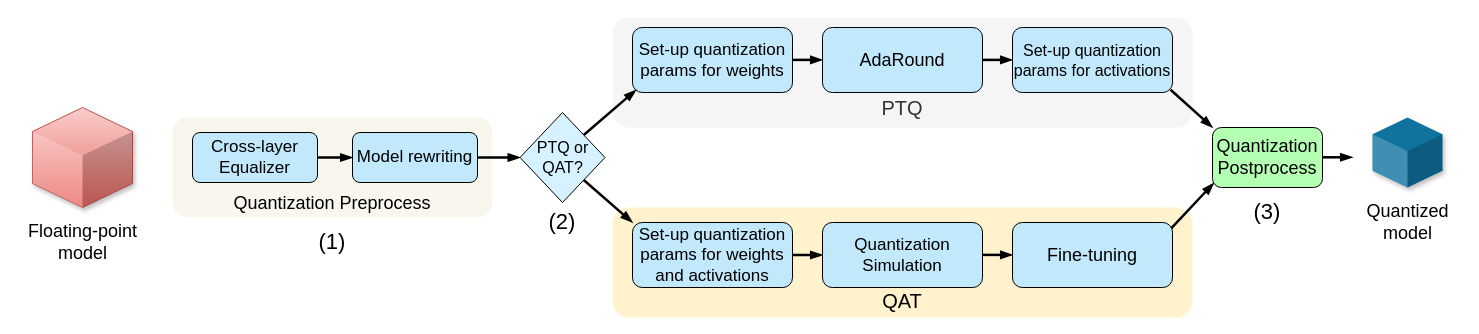
hoangtv2000/document-collection keeps this draw.io diagram as page "Page-1" (1 of 2) of Untitled Diagram.drawio. Above is the earlier version. Source tidied: cells renumbered, new cells numbered last; positions are measured from the earlier drawing's top-left corner, leaving out a move shared by most shapes. Both pictures are drawn from the tidied source at 100%, with x=0, y=0 at pixel (17, 17).
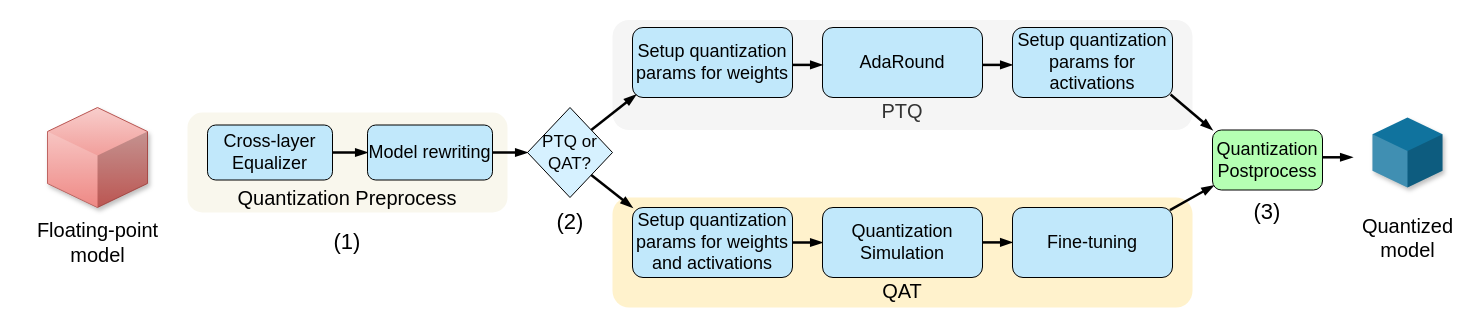
The same page after the edit.

Commit message:
Cập nhật Untitled Diagram.drawio

The edit, as a diff of the source:
```diff
@@
     <mxCell id="2" value="&lt;div&gt;&lt;br&gt;&lt;/div&gt;&lt;div&gt;&lt;br&gt;&lt;/div&gt;&lt;div&gt;&lt;br&gt;&lt;/div&gt;&lt;div&gt;&lt;br&gt;&lt;/div&gt;&lt;div&gt;&lt;br&gt;&lt;/div&gt;&lt;div&gt;&lt;font style=&quot;font-size: 20px;&quot;&gt;PTQ&lt;/font&gt;&lt;/div&gt;" style="rounded=1;whiteSpace=wrap;html=1;fillColor=#f5f5f5;strokeColor=none;fontColor=#333333;" parent="1" vertex="1">
-      <mxGeometry x="595" width="580" height="110" as="geometry" />
+      <mxGeometry x="595" y="2.5" width="580" height="110" as="geometry" />
     </mxCell>
-    <mxCell id="3" value="&lt;font style=&quot;font-size: 17px;&quot;&gt;Set-up quantization&lt;br style=&quot;&quot;&gt;params for weights&lt;/font&gt;" style="rounded=1;whiteSpace=wrap;html=1;fillColor=#c1e8fb;strokeColor=default;fontColor=#000000;shadow=0;fontSize=16;" parent="1" vertex="1">
-      <mxGeometry x="615" y="10" width="160" height="65" as="geometry" />
+    <mxCell id="3" value="&lt;font style=&quot;font-size: 18px;&quot;&gt;Setup quantization&lt;br style=&quot;font-size: 18px;&quot;&gt;params for weights&lt;/font&gt;" style="rounded=1;whiteSpace=wrap;html=1;fillColor=#c1e8fb;strokeColor=default;fontColor=#000000;shadow=0;fontSize=18;" parent="1" vertex="1">
+      <mxGeometry x="615" y="10" width="160" height="70" as="geometry" />
     </mxCell>
     <mxCell id="4" style="edgeStyle=orthogonalEdgeStyle;rounded=0;orthogonalLoop=1;jettySize=auto;html=1;entryX=0;entryY=0.5;entryDx=0;entryDy=0;strokeColor=default;strokeWidth=2.5;align=center;verticalAlign=middle;fontFamily=Helvetica;fontSize=11;fontColor=default;labelBackgroundColor=default;endArrow=blockThin;endFill=1;" parent="1" edge="1">
       <mxGeometry relative="1" as="geometry">
-        <mxPoint x="965" y="42.4" as="sourcePoint" />
-        <mxPoint x="995" y="42.4" as="targetPoint" />
+        <mxPoint x="965" y="47.4" as="sourcePoint" />
+        <mxPoint x="995" y="47.4" as="targetPoint" />
       </mxGeometry>
     </mxCell>
     <mxCell id="5" value="&lt;font style=&quot;font-size: 18px;&quot;&gt;AdaRound&lt;/font&gt;" style="rounded=1;whiteSpace=wrap;html=1;fillColor=#c1e8fb;strokeColor=default;fontColor=#000000;shadow=0;fontSize=18;" parent="1" vertex="1">
-      <mxGeometry x="805" y="10" width="160" height="65" as="geometry" />
+      <mxGeometry x="805" y="10" width="160" height="70" as="geometry" />
     </mxCell>
-    <mxCell id="6" value="&lt;font style=&quot;font-size: 16px;&quot;&gt;Set-up quantization&lt;br style=&quot;font-size: 16px;&quot;&gt;params for activations&lt;/font&gt;" style="rounded=1;whiteSpace=wrap;html=1;fillColor=#c1e8fb;strokeColor=default;fontColor=#000000;shadow=0;fontSize=16;" parent="1" vertex="1">
-      <mxGeometry x="995" y="10" width="160" height="65" as="geometry" />
+    <mxCell id="6" value="&lt;font style=&quot;font-size: 18px;&quot;&gt;Setup quantization&lt;br style=&quot;font-size: 18px;&quot;&gt;params for activations&lt;/font&gt;" style="rounded=1;whiteSpace=wrap;html=1;fillColor=#c1e8fb;strokeColor=default;fontColor=#000000;shadow=0;fontSize=18;" parent="1" vertex="1">
+      <mxGeometry x="995" y="10" width="160" height="70" as="geometry" />
     </mxCell>
-    <mxCell id="7" value="&lt;div&gt;&lt;br&gt;&lt;/div&gt;&lt;div&gt;&lt;br&gt;&lt;/div&gt;&lt;div&gt;&lt;br&gt;&lt;/div&gt;&lt;div&gt;&lt;br&gt;&lt;/div&gt;&lt;div&gt;&lt;br&gt;&lt;/div&gt;&lt;div&gt;&lt;font style=&quot;font-size: 18px;&quot;&gt;Quantization Preprocess&lt;/font&gt;&lt;/div&gt;" style="rounded=1;whiteSpace=wrap;html=1;fillColor=#f9f7ed;strokeColor=none;" parent="1" vertex="1">
-      <mxGeometry x="155" y="100" width="320" height="100" as="geometry" />
+    <mxCell id="7" value="&lt;div&gt;&lt;br&gt;&lt;/div&gt;&lt;div&gt;&lt;br&gt;&lt;/div&gt;&lt;div&gt;&lt;br&gt;&lt;/div&gt;&lt;div&gt;&lt;br&gt;&lt;/div&gt;&lt;div&gt;&lt;br&gt;&lt;/div&gt;&lt;div&gt;&lt;font style=&quot;font-size: 20px;&quot;&gt;Quantization Preprocess&lt;/font&gt;&lt;/div&gt;" style="rounded=1;whiteSpace=wrap;html=1;fillColor=#f9f7ed;strokeColor=none;" parent="1" vertex="1">
+      <mxGeometry x="170" y="95" width="320" height="100" as="geometry" />
     </mxCell>
     <mxCell id="8" value="&lt;div&gt;&lt;br&gt;&lt;/div&gt;&lt;div&gt;&lt;br&gt;&lt;/div&gt;&lt;div&gt;&lt;br&gt;&lt;/div&gt;&lt;div&gt;&lt;br&gt;&lt;/div&gt;&lt;div style=&quot;font-size: 17px;&quot;&gt;&lt;br&gt;&lt;/div&gt;&lt;div&gt;&lt;font style=&quot;font-size: 20px;&quot;&gt;QAT&lt;/font&gt;&lt;/div&gt;" style="rounded=1;whiteSpace=wrap;html=1;fillColor=#fff2cc;strokeColor=none;" parent="1" vertex="1">
-      <mxGeometry x="595" y="190" width="580" height="110" as="geometry" />
+      <mxGeometry x="595" y="180" width="580" height="110" as="geometry" />
     </mxCell>
     <mxCell id="9" style="verticalLabelPosition=bottom;verticalAlign=top;html=1;shape=mxgraph.infographic.shadedCube;isoAngle=15;fillColor=#f8cecc;strokeColor=#b85450;gradientColor=#ea6b66;shadow=1;" parent="1" vertex="1">
-      <mxGeometry x="15" y="90" width="100" height="100" as="geometry" />
+      <mxGeometry x="30" y="90" width="100" height="100" as="geometry" />
     </mxCell>
-    <mxCell id="10" value="&lt;font style=&quot;font-size: 18px;&quot;&gt;Floating-point&lt;br style=&quot;font-size: 18px;&quot;&gt;model&lt;/font&gt;" style="text;html=1;align=center;verticalAlign=middle;strokeColor=none;fillColor=none;fontSize=18;" parent="1" vertex="1">
-      <mxGeometry y="195" width="130" height="60" as="geometry" />
+    <mxCell id="10" value="&lt;font style=&quot;font-size: 20px;&quot;&gt;Floating-point&lt;br style=&quot;&quot;&gt;model&lt;/font&gt;" style="text;html=1;align=center;verticalAlign=middle;strokeColor=none;fillColor=none;fontSize=18;" parent="1" vertex="1">
+      <mxGeometry x="10" y="195" width="140" height="60" as="geometry" />
     </mxCell>
@@
-    <mxCell id="12" value="&lt;font style=&quot;font-size: 17px;&quot;&gt;Cross-layer Equalizer&lt;/font&gt;" style="rounded=1;whiteSpace=wrap;html=1;fillColor=#c1e8fb;strokeColor=default;fontColor=#000000;shadow=0;fontSize=16;" parent="1" vertex="1">
-      <mxGeometry x="175" y="115" width="125" height="50" as="geometry" />
+    <mxCell id="12" value="&lt;font style=&quot;font-size: 18px;&quot;&gt;Cross-layer Equalizer&lt;/font&gt;" style="rounded=1;whiteSpace=wrap;html=1;fillColor=#c1e8fb;strokeColor=default;fontColor=#000000;shadow=0;fontSize=18;" parent="1" vertex="1">
+      <mxGeometry x="190" y="107.5" width="125" height="55" as="geometry" />
     </mxCell>
@@
-    <mxCell id="14" value="&lt;font style=&quot;font-size: 17px;&quot;&gt;Model rewriting&lt;/font&gt;" style="rounded=1;whiteSpace=wrap;html=1;fillColor=#c1e8fb;strokeColor=default;fontColor=#000000;shadow=0;fontSize=16;" parent="1" vertex="1">
-      <mxGeometry x="335" y="115" width="125" height="50" as="geometry" />
+    <mxCell id="14" value="&lt;font style=&quot;font-size: 18px;&quot;&gt;Model rewriting&lt;/font&gt;" style="rounded=1;whiteSpace=wrap;html=1;fillColor=#c1e8fb;strokeColor=default;fontColor=#000000;shadow=0;fontSize=18;" parent="1" vertex="1">
+      <mxGeometry x="350" y="107.5" width="125" height="55" as="geometry" />
     </mxCell>
@@
-    <mxCell id="16" value="&lt;font style=&quot;font-size: 16px;&quot;&gt;PTQ or&lt;br style=&quot;font-size: 16px;&quot;&gt;QAT?&lt;/font&gt;" style="rhombus;whiteSpace=wrap;html=1;fillColor=#d6f1ff;strokeColor=default;fontColor=#000000;rounded=1;arcSize=0;shadow=0;fontSize=16;" parent="1" vertex="1">
-      <mxGeometry x="502.5" y="95" width="85" height="90" as="geometry" />
+    <mxCell id="16" value="&lt;font style=&quot;font-size: 17px;&quot;&gt;PTQ or&lt;br style=&quot;&quot;&gt;QAT?&lt;/font&gt;" style="rhombus;whiteSpace=wrap;html=1;fillColor=#d6f1ff;strokeColor=default;fontColor=#000000;rounded=1;arcSize=0;shadow=0;fontSize=18;" parent="1" vertex="1">
+      <mxGeometry x="510" y="90" width="85" height="90" as="geometry" />
     </mxCell>
@@
-    <mxCell id="18" value="&lt;font style=&quot;font-size: 17px;&quot;&gt;Set-up quantization&lt;br style=&quot;&quot;&gt;params for weights and activations&lt;/font&gt;" style="rounded=1;whiteSpace=wrap;html=1;fillColor=#c1e8fb;strokeColor=default;fontColor=#000000;shadow=0;fontSize=16;" parent="1" vertex="1">
-      <mxGeometry x="615" y="205" width="160" height="65" as="geometry" />
+    <mxCell id="18" value="&lt;font style=&quot;font-size: 18px;&quot;&gt;Setup quantization&lt;br style=&quot;font-size: 18px;&quot;&gt;params for weights and activations&lt;/font&gt;" style="rounded=1;whiteSpace=wrap;html=1;fillColor=#c1e8fb;strokeColor=default;fontColor=#000000;shadow=0;fontSize=18;" parent="1" vertex="1">
+      <mxGeometry x="615" y="190" width="160" height="70" as="geometry" />
     </mxCell>
@@
     <mxCell id="21" style="edgeStyle=orthogonalEdgeStyle;rounded=0;orthogonalLoop=1;jettySize=auto;html=1;entryX=0;entryY=0.5;entryDx=0;entryDy=0;strokeColor=default;strokeWidth=2.5;align=center;verticalAlign=middle;fontFamily=Helvetica;fontSize=11;fontColor=default;labelBackgroundColor=default;endArrow=blockThin;endFill=1;" parent="1" edge="1">
       <mxGeometry relative="1" as="geometry">
-        <mxPoint x="965" y="237.4" as="sourcePoint" />
-        <mxPoint x="995" y="237.4" as="targetPoint" />
+        <mxPoint x="965" y="224.9" as="sourcePoint" />
+        <mxPoint x="995" y="224.9" as="targetPoint" />
       </mxGeometry>
     </mxCell>
-    <mxCell id="22" style="rounded=0;jettySize=auto;html=1;exitX=0.979;exitY=0.064;exitDx=0;exitDy=0;strokeColor=default;strokeWidth=2.5;align=center;verticalAlign=middle;fontFamily=Helvetica;fontSize=11;fontColor=default;labelBackgroundColor=default;endArrow=blockThin;endFill=1;entryX=0.012;entryY=0.925;entryDx=0;entryDy=0;entryPerimeter=0;exitPerimeter=0;" parent="1" edge="1" target="25">
-      <mxGeometry relative="1" as="geometry">
-        <mxPoint x="1151.6" y="213.2" as="sourcePoint" />
-      </mxGeometry>
+    <mxCell id="22" style="rounded=0;jettySize=auto;html=1;exitX=0.984;exitY=0.038;exitDx=0;exitDy=0;strokeColor=default;strokeWidth=2.5;align=center;verticalAlign=middle;fontFamily=Helvetica;fontSize=11;fontColor=default;labelBackgroundColor=default;endArrow=blockThin;endFill=1;entryX=0.012;entryY=0.925;entryDx=0;entryDy=0;entryPerimeter=0;exitPerimeter=0;" parent="1" edge="1" source="28" target="25">
+      <mxGeometry relative="1" as="geometry" />
     </mxCell>
-    <mxCell id="23" value="&lt;span style=&quot;font-size: 18px;&quot;&gt;Quantized&lt;br&gt;model&lt;/span&gt;" style="text;html=1;align=center;verticalAlign=middle;strokeColor=none;fillColor=none;" parent="1" vertex="1">
-      <mxGeometry x="1335" y="175" width="110" height="60" as="geometry" />
+    <mxCell id="23" value="&lt;span style=&quot;font-size: 20px;&quot;&gt;Quantized&lt;br&gt;model&lt;/span&gt;" style="text;html=1;align=center;verticalAlign=middle;strokeColor=none;fillColor=none;" parent="1" vertex="1">
+      <mxGeometry x="1335" y="190" width="110" height="60" as="geometry" />
     </mxCell>
@@
     <mxCell id="25" value="&lt;font style=&quot;font-size: 18px;&quot;&gt;Quantization&lt;br style=&quot;&quot;&gt;Postprocess&lt;/font&gt;" style="rounded=1;whiteSpace=wrap;html=1;fillColor=#b5ffb3;strokeColor=default;shadow=0;fontColor=#000000;fontSize=17;" parent="1" vertex="1">
-      <mxGeometry x="1195" y="110" width="110" height="60" as="geometry" />
+      <mxGeometry x="1195" y="112.5" width="110" height="60" as="geometry" />
     </mxCell>
@@
-    <mxCell id="27" value="&lt;font style=&quot;font-size: 17px;&quot;&gt;Quantization Simulation&lt;/font&gt;" style="rounded=1;whiteSpace=wrap;html=1;fillColor=#c1e8fb;strokeColor=default;fontColor=#000000;shadow=0;fontSize=16;" parent="1" vertex="1">
-      <mxGeometry x="805" y="205" width="160" height="65" as="geometry" />
+    <mxCell id="27" value="&lt;font style=&quot;font-size: 18px;&quot;&gt;Quantization Simulation&lt;/font&gt;" style="rounded=1;whiteSpace=wrap;html=1;fillColor=#c1e8fb;strokeColor=default;fontColor=#000000;shadow=0;fontSize=18;" parent="1" vertex="1">
+      <mxGeometry x="805" y="190" width="160" height="70" as="geometry" />
     </mxCell>
-    <mxCell id="28" value="&lt;font&gt;Fine-tuning&lt;/font&gt;" style="rounded=1;whiteSpace=wrap;html=1;fillColor=#c1e8fb;strokeColor=default;fontColor=#000000;shadow=0;fontSize=18;" parent="1" vertex="1">
-      <mxGeometry x="995" y="205" width="160" height="65" as="geometry" />
+    <mxCell id="28" value="&lt;font style=&quot;font-size: 18px;&quot;&gt;Fine-tuning&lt;/font&gt;" style="rounded=1;whiteSpace=wrap;html=1;fillColor=#c1e8fb;strokeColor=default;fontColor=#000000;shadow=0;fontSize=18;" parent="1" vertex="1">
+      <mxGeometry x="995" y="190" width="160" height="70" as="geometry" />
     </mxCell>
     <mxCell id="29" value="&lt;font style=&quot;font-size: 22px;&quot;&gt;(1)&lt;/font&gt;" style="text;html=1;align=center;verticalAlign=middle;whiteSpace=wrap;rounded=0;" parent="1" vertex="1">
-      <mxGeometry x="285" y="210" width="60" height="30" as="geometry" />
+      <mxGeometry x="300" y="210" width="60" height="30" as="geometry" />
     </mxCell>
     <mxCell id="30" value="&lt;font style=&quot;font-size: 22px;&quot;&gt;(2)&lt;/font&gt;" style="text;html=1;align=center;verticalAlign=middle;whiteSpace=wrap;rounded=0;" parent="1" vertex="1">
-      <mxGeometry x="515" y="190" width="60" height="30" as="geometry" />
+      <mxGeometry x="522.5" y="190" width="60" height="30" as="geometry" />
     </mxCell>
@@
     <mxCell id="32" style="edgeStyle=orthogonalEdgeStyle;rounded=0;orthogonalLoop=1;jettySize=auto;html=1;entryX=0;entryY=0.5;entryDx=0;entryDy=0;strokeColor=default;strokeWidth=2.5;align=center;verticalAlign=middle;fontFamily=Helvetica;fontSize=11;fontColor=default;labelBackgroundColor=default;endArrow=blockThin;endFill=1;" parent="1" edge="1">
       <mxGeometry relative="1" as="geometry">
-        <mxPoint x="775" y="42.4" as="sourcePoint" />
-        <mxPoint x="805" y="42.4" as="targetPoint" />
+        <mxPoint x="775" y="47.4" as="sourcePoint" />
+        <mxPoint x="805" y="47.4" as="targetPoint" />
       </mxGeometry>
     </mxCell>
```
